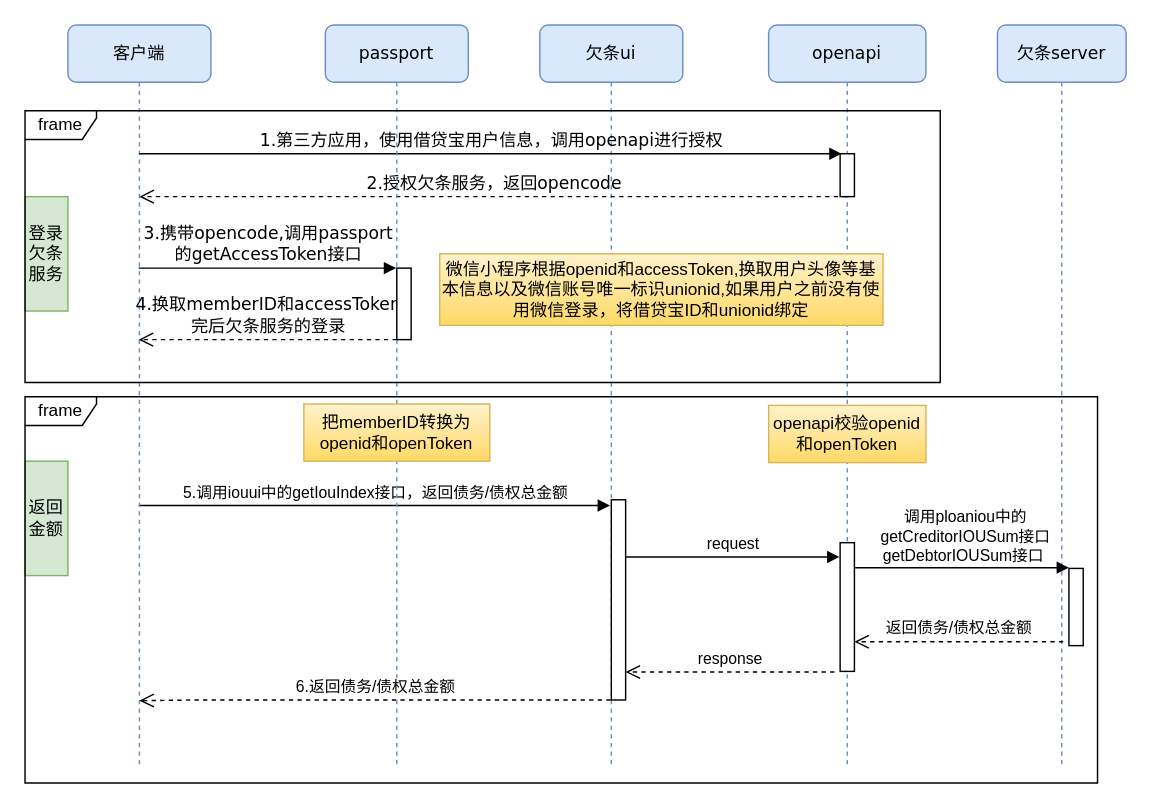
Above: 欠条首页.drawio in Racheil/Http (draw.io), before the change. Source tidied: cells renumbered, new cells numbered last; positions are measured from the earlier drawing's top-left corner, leaving out a move shared by most shapes. Both pictures are drawn from the tidied source at 143%, with x=0, y=0 at pixel (24, 24).
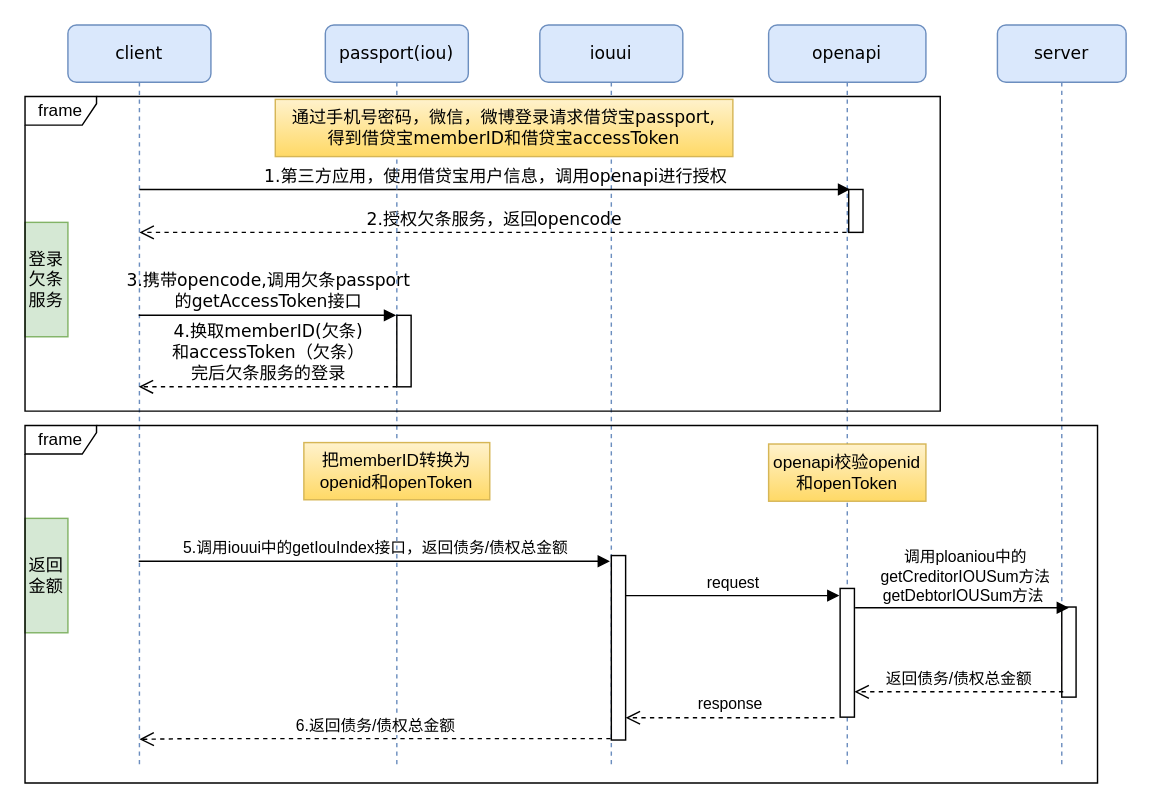
The same diagram, later.

Commit message:
更新欠条首页.drawio

Unchanged cells that the change refers to:
```xml
<mxCell id="5" value="openapi" style="shape=umlLifeline;perimeter=lifelinePerimeter;whiteSpace=wrap;html=1;outlineConnect=0;rounded=1;shadow=0;comic=0;labelBackgroundColor=none;strokeWidth=1;fontFamily=Verdana;fontSize=12;align=center;fillColor=#dae8fc;strokeColor=#6c8ebf;" parent="1" vertex="1">
  <mxGeometry x="520" width="110" height="520" as="geometry" />
</mxCell>
```

The edit, as a diff of the source:
```diff
@@
-    <mxCell id="2" value="欠条ui" style="shape=umlLifeline;perimeter=lifelinePerimeter;whiteSpace=wrap;html=1;rounded=1;shadow=0;comic=0;labelBackgroundColor=none;strokeWidth=1;fontFamily=Verdana;fontSize=12;align=center;fillColor=#dae8fc;strokeColor=#6c8ebf;" parent="1" vertex="1">
+    <mxCell id="2" value="iouui" style="shape=umlLifeline;perimeter=lifelinePerimeter;whiteSpace=wrap;html=1;rounded=1;shadow=0;comic=0;labelBackgroundColor=none;strokeWidth=1;fontFamily=Verdana;fontSize=12;align=center;fillColor=#dae8fc;strokeColor=#6c8ebf;" parent="1" vertex="1">
       <mxGeometry x="360" width="100" height="520" as="geometry" />
     </mxCell>
     <mxCell id="3" style="html=1;points=[];perimeter=orthogonalPerimeter;rounded=0;shadow=0;comic=0;labelBackgroundColor=none;strokeWidth=1;fontFamily=Verdana;fontSize=12;align=center;" parent="2" vertex="1">
-      <mxGeometry x="50" y="332" width="10" height="140" as="geometry" />
+      <mxGeometry x="50" y="371" width="10" height="129" as="geometry" />
     </mxCell>
     <mxCell id="4" value="5.调用iouui中的getIouIndex接口，返回债务/债权总金额" style="html=1;verticalAlign=bottom;endArrow=block;" parent="2" edge="1">
       <mxGeometry relative="1" as="geometry">
-        <mxPoint x="-280.5" y="336" as="sourcePoint" />
-        <mxPoint x="49" y="336" as="targetPoint" />
+        <mxPoint x="-280.5" y="375" as="sourcePoint" />
+        <mxPoint x="49" y="375" as="targetPoint" />
       </mxGeometry>
     </mxCell>
@@
     <mxCell id="6" style="html=1;points=[];perimeter=orthogonalPerimeter;rounded=0;shadow=0;comic=0;labelBackgroundColor=none;strokeWidth=1;fontFamily=Verdana;fontSize=12;align=center;" parent="5" vertex="1">
-      <mxGeometry x="50" y="90" width="10" height="30" as="geometry" />
+      <mxGeometry x="56" y="115" width="10" height="30" as="geometry" />
     </mxCell>
     <mxCell id="7" style="html=1;points=[];perimeter=orthogonalPerimeter;rounded=0;shadow=0;comic=0;labelBackgroundColor=none;strokeWidth=1;fontFamily=Verdana;fontSize=12;align=center;" parent="5" vertex="1">
-      <mxGeometry x="50" y="362" width="10" height="90" as="geometry" />
+      <mxGeometry x="50" y="394" width="10" height="90" as="geometry" />
     </mxCell>
     <mxCell id="8" value="openapi校验openid和openToken" style="rounded=0;whiteSpace=wrap;html=1;gradientColor=#ffd966;fillColor=#fff2cc;strokeColor=#d6b656;" parent="5" vertex="1">
-      <mxGeometry y="266" width="110" height="40" as="geometry" />
+      <mxGeometry y="293" width="110" height="40" as="geometry" />
     </mxCell>
-    <mxCell id="9" value="欠条server" style="shape=umlLifeline;perimeter=lifelinePerimeter;whiteSpace=wrap;html=1;rounded=1;shadow=0;comic=0;labelBackgroundColor=none;strokeWidth=1;fontFamily=Verdana;fontSize=12;align=center;fillColor=#dae8fc;strokeColor=#6c8ebf;" parent="1" vertex="1">
+    <mxCell id="9" value="server" style="shape=umlLifeline;perimeter=lifelinePerimeter;whiteSpace=wrap;html=1;rounded=1;shadow=0;comic=0;labelBackgroundColor=none;strokeWidth=1;fontFamily=Verdana;fontSize=12;align=center;fillColor=#dae8fc;strokeColor=#6c8ebf;" parent="1" vertex="1">
       <mxGeometry x="680" width="90" height="520" as="geometry" />
     </mxCell>
-    <mxCell id="10" value="客户端" style="shape=umlLifeline;perimeter=lifelinePerimeter;whiteSpace=wrap;html=1;outlineConnect=0;rounded=1;shadow=0;comic=0;labelBackgroundColor=none;strokeWidth=1;fontFamily=Verdana;fontSize=12;align=center;fillColor=#dae8fc;strokeColor=#6c8ebf;" parent="1" vertex="1">
+    <mxCell id="10" value="client" style="shape=umlLifeline;perimeter=lifelinePerimeter;whiteSpace=wrap;html=1;outlineConnect=0;rounded=1;shadow=0;comic=0;labelBackgroundColor=none;strokeWidth=1;fontFamily=Verdana;fontSize=12;align=center;fillColor=#dae8fc;strokeColor=#6c8ebf;" parent="1" vertex="1">
       <mxGeometry x="30" width="100" height="520" as="geometry" />
     </mxCell>
-    <mxCell id="11" value="2.授权欠条服务，返回opencode" style="html=1;verticalAlign=bottom;endArrow=open;dashed=1;endSize=8;labelBackgroundColor=none;fontFamily=Verdana;fontSize=12;edgeStyle=elbowEdgeStyle;elbow=vertical;" parent="1" edge="1" source="5">
+    <mxCell id="11" value="2.授权欠条服务，返回opencode" style="html=1;verticalAlign=bottom;endArrow=open;dashed=1;endSize=8;labelBackgroundColor=none;fontFamily=Verdana;fontSize=12;edgeStyle=elbowEdgeStyle;elbow=vertical;" parent="1" edge="1">
       <mxGeometry relative="1" as="geometry">
-        <mxPoint x="80" y="120" as="targetPoint" />
+        <mxPoint x="574.5" y="145" as="sourcePoint" />
+        <mxPoint x="80" y="145" as="targetPoint" />
         <Array as="points">
-          <mxPoint x="390" y="120" />
-          <mxPoint x="85" y="110" />
-          <mxPoint x="595" y="130" />
-          <mxPoint x="625" y="130" />
+          <mxPoint x="390" y="145" />
+          <mxPoint x="85" y="135" />
+          <mxPoint x="595" y="155" />
+          <mxPoint x="625" y="155" />
         </Array>
       </mxGeometry>
     </mxCell>
-    <mxCell id="12" value="3.携带opencode,调用passport&lt;br&gt;的getAccessToken接口" style="html=1;verticalAlign=bottom;endArrow=block;labelBackgroundColor=none;fontFamily=Verdana;fontSize=12;" parent="1" edge="1" source="10" target="15">
+    <mxCell id="12" value="3.携带opencode,调用欠条passport&lt;br&gt;的getAccessToken接口" style="html=1;verticalAlign=bottom;endArrow=block;labelBackgroundColor=none;fontFamily=Verdana;fontSize=12;" parent="1" edge="1">
       <mxGeometry relative="1" as="geometry">
+        <mxPoint x="79.5" y="203" as="sourcePoint" />
+        <mxPoint x="259.5" y="203" as="targetPoint" />
         <Array as="points">
-          <mxPoint x="100" y="170" />
+          <mxPoint x="100" y="203" />
         </Array>
       </mxGeometry>
     </mxCell>
-    <mxCell id="13" value="1.第三方应用，使用借贷宝用户信息，调用openapi进行授权" style="html=1;verticalAlign=bottom;endArrow=block;labelBackgroundColor=none;fontFamily=Verdana;fontSize=12;edgeStyle=elbowEdgeStyle;elbow=vertical;entryX=0.101;entryY=0.008;entryDx=0;entryDy=0;entryPerimeter=0;" parent="1" edge="1" target="6">
+    <mxCell id="13" value="&lt;br&gt;1.第三方应用，使用借贷宝用户信息，调用openapi进行授权" style="html=1;verticalAlign=bottom;endArrow=block;labelBackgroundColor=none;fontFamily=Verdana;fontSize=12;edgeStyle=elbowEdgeStyle;elbow=vertical;entryX=0.101;entryY=0.008;entryDx=0;entryDy=0;entryPerimeter=0;" parent="1" edge="1" target="6">
       <mxGeometry relative="1" as="geometry">
-        <mxPoint x="80" y="90" as="sourcePoint" />
+        <mxPoint x="80" y="115" as="sourcePoint" />
         <Array as="points">
-          <mxPoint x="480" y="90" />
-          <mxPoint x="510" y="90" />
+          <mxPoint x="480" y="115" />
+          <mxPoint x="510" y="115" />
         </Array>
       </mxGeometry>
     </mxCell>
-    <mxCell id="14" value="4.换取memberID和accessToken&lt;br&gt;完后欠条服务的登录" style="html=1;verticalAlign=bottom;endArrow=open;dashed=1;endSize=8;labelBackgroundColor=none;fontFamily=Verdana;fontSize=12;" parent="1" edge="1" target="10">
+    <mxCell id="14" value="4.换取memberID(欠条)&lt;br&gt;和accessToken（欠条）&lt;br&gt;完后欠条服务的登录" style="html=1;verticalAlign=bottom;endArrow=open;dashed=1;endSize=8;labelBackgroundColor=none;fontFamily=Verdana;fontSize=12;" parent="1" edge="1">
       <mxGeometry relative="1" as="geometry">
-        <mxPoint x="260" y="220" as="sourcePoint" />
+        <mxPoint x="260" y="253" as="sourcePoint" />
+        <mxPoint x="79.5" y="253" as="targetPoint" />
       </mxGeometry>
     </mxCell>
-    <mxCell id="15" value="passport" style="shape=umlLifeline;perimeter=lifelinePerimeter;whiteSpace=wrap;html=1;outlineConnect=0;rounded=1;shadow=0;comic=0;labelBackgroundColor=none;strokeWidth=1;fontFamily=Verdana;fontSize=12;align=center;fillColor=#dae8fc;strokeColor=#6c8ebf;" parent="1" vertex="1">
+    <mxCell id="15" value="passport(iou)" style="shape=umlLifeline;perimeter=lifelinePerimeter;whiteSpace=wrap;html=1;outlineConnect=0;rounded=1;shadow=0;comic=0;labelBackgroundColor=none;strokeWidth=1;fontFamily=Verdana;fontSize=12;align=center;fillColor=#dae8fc;strokeColor=#6c8ebf;" parent="1" vertex="1">
       <mxGeometry x="210" width="100" height="520" as="geometry" />
     </mxCell>
     <mxCell id="16" style="html=1;perimeter=orthogonalPerimeter;" parent="15" vertex="1">
-      <mxGeometry x="50" y="170" width="10" height="50" as="geometry" />
+      <mxGeometry x="50" y="203" width="10" height="50" as="geometry" />
     </mxCell>
     <mxCell id="17" value="request" style="html=1;verticalAlign=bottom;endArrow=block;" parent="1" edge="1" source="3">
       <mxGeometry relative="1" as="geometry">
-        <mxPoint x="569.5" y="372" as="targetPoint" />
+        <mxPoint x="569.5" y="399" as="targetPoint" />
         <Array as="points">
-          <mxPoint x="510" y="372" />
+          <mxPoint x="510" y="399" />
         </Array>
       </mxGeometry>
     </mxCell>
@@
     <mxCell id="19" style="html=1;perimeter=orthogonalPerimeter;" parent="1" vertex="1">
-      <mxGeometry x="730" y="380" width="10" height="54" as="geometry" />
+      <mxGeometry x="725" y="407" width="10" height="63" as="geometry" />
     </mxCell>
     <mxCell id="20" value="返回债务/债权总金额" style="html=1;verticalAlign=bottom;endArrow=open;dashed=1;endSize=8;exitX=-0.399;exitY=1.005;exitDx=0;exitDy=0;exitPerimeter=0;" parent="1" edge="1">
       <mxGeometry relative="1" as="geometry">
-        <mxPoint x="726" y="431.3" as="sourcePoint" />
-        <mxPoint x="580" y="431.3" as="targetPoint" />
+        <mxPoint x="726" y="466.3" as="sourcePoint" />
+        <mxPoint x="580" y="466.3" as="targetPoint" />
       </mxGeometry>
     </mxCell>
     <mxCell id="21" value="6.返回债务/债权总金额" style="html=1;verticalAlign=bottom;endArrow=open;dashed=1;endSize=8;" parent="1" edge="1">
       <mxGeometry relative="1" as="geometry">
-        <mxPoint x="409.5" y="472" as="sourcePoint" />
-        <mxPoint x="80" y="472.5" as="targetPoint" />
+        <mxPoint x="409.5" y="499" as="sourcePoint" />
+        <mxPoint x="80" y="499.5" as="targetPoint" />
         <Array as="points">
-          <mxPoint x="120" y="472" />
+          <mxPoint x="120" y="499" />
         </Array>
       </mxGeometry>
     </mxCell>
-    <mxCell id="22" value="&amp;nbsp;调用ploaniou中的&lt;br&gt;&amp;nbsp;getCreditorIOUSum接口&lt;br&gt;getDebtorIOUSum接口" style="html=1;verticalAlign=bottom;endArrow=block;" parent="1" edge="1">
+    <mxCell id="22" value="&amp;nbsp;调用ploaniou中的&lt;br&gt;&amp;nbsp;getCreditorIOUSum方法&lt;br&gt;getDebtorIOUSum方法" style="html=1;verticalAlign=bottom;endArrow=block;" parent="1" edge="1">
       <mxGeometry relative="1" as="geometry">
-        <mxPoint x="580.5" y="379.5" as="sourcePoint" />
-        <mxPoint x="730" y="379.5" as="targetPoint" />
+        <mxPoint x="580.5" y="407.5" as="sourcePoint" />
+        <mxPoint x="730" y="407.5" as="targetPoint" />
         <Array as="points">
-          <mxPoint x="670.5" y="379.5" />
+          <mxPoint x="670.5" y="407.5" />
         </Array>
       </mxGeometry>
     </mxCell>
     <mxCell id="23" value="登录欠条服务" style="rounded=0;whiteSpace=wrap;html=1;fillColor=#d5e8d4;strokeColor=#82b366;" parent="1" vertex="1">
-      <mxGeometry y="120" width="30" height="80" as="geometry" />
+      <mxGeometry y="138" width="30" height="80" as="geometry" />
     </mxCell>
     <mxCell id="24" value="返回&lt;br&gt;金额" style="rounded=0;whiteSpace=wrap;html=1;fillColor=#d5e8d4;strokeColor=#82b366;" parent="1" vertex="1">
-      <mxGeometry y="305" width="30" height="80" as="geometry" />
+      <mxGeometry y="345" width="30" height="80" as="geometry" />
     </mxCell>
-    <mxCell id="25" value="微信小程序根据openid和accessToken,换取用户头像等基本信息以及微信账号唯一标识unionid,如果用户之前没有使用微信登录，将借贷宝ID和unionid绑定" style="rounded=0;whiteSpace=wrap;html=1;gradientColor=#ffd966;fillColor=#fff2cc;strokeColor=#d6b656;" parent="1" vertex="1">
-      <mxGeometry x="290" y="160" width="310" height="50" as="geometry" />
-    </mxCell>
     <mxCell id="26" value="把memberID转换为openid和openToken" style="rounded=0;whiteSpace=wrap;html=1;gradientColor=#ffd966;fillColor=#fff2cc;strokeColor=#d6b656;" parent="1" vertex="1">
-      <mxGeometry x="195" y="265" width="130" height="40" as="geometry" />
+      <mxGeometry x="195" y="292" width="130" height="40" as="geometry" />
     </mxCell>
     <mxCell id="27" value="frame" style="shape=umlFrame;whiteSpace=wrap;html=1;width=50;height=20;" parent="1" vertex="1">
-      <mxGeometry y="60" width="640" height="190" as="geometry" />
+      <mxGeometry y="50" width="640" height="220" as="geometry" />
     </mxCell>
     <mxCell id="28" value="frame" style="shape=umlFrame;whiteSpace=wrap;html=1;width=50;height=20;" parent="1" vertex="1">
-      <mxGeometry y="260" width="750" height="270" as="geometry" />
+      <mxGeometry y="280" width="750" height="250" as="geometry" />
     </mxCell>
+    <mxCell id="29" value="&lt;span style=&quot;font-family: &amp;#34;verdana&amp;#34;&quot;&gt;通过手机号密码，微信，微博登录请求借贷宝passport,&lt;/span&gt;&lt;br style=&quot;font-family: &amp;#34;verdana&amp;#34;&quot;&gt;&lt;span style=&quot;font-family: &amp;#34;verdana&amp;#34;&quot;&gt;得到借贷宝memberID和借贷宝accessToken&lt;/span&gt;" style="rounded=0;whiteSpace=wrap;html=1;gradientColor=#ffd966;fillColor=#fff2cc;strokeColor=#d6b656;" parent="1" vertex="1">
+      <mxGeometry x="175" y="52" width="320" height="40" as="geometry" />
+    </mxCell>
```
